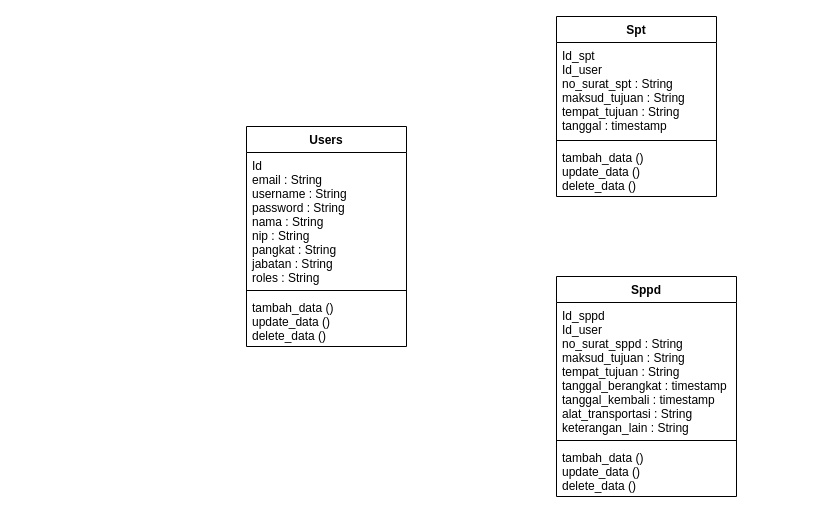
Earlier version of the draw.io diagram Class.drawio (WahyudinAkbar/uml_diagrams). Source tidied: cells renumbered, new cells numbered last; positions are measured from the earlier drawing's top-left corner, leaving out a move shared by most shapes. Both pictures are drawn from the tidied source at 100%, with x=0, y=0 at pixel (246, 16).
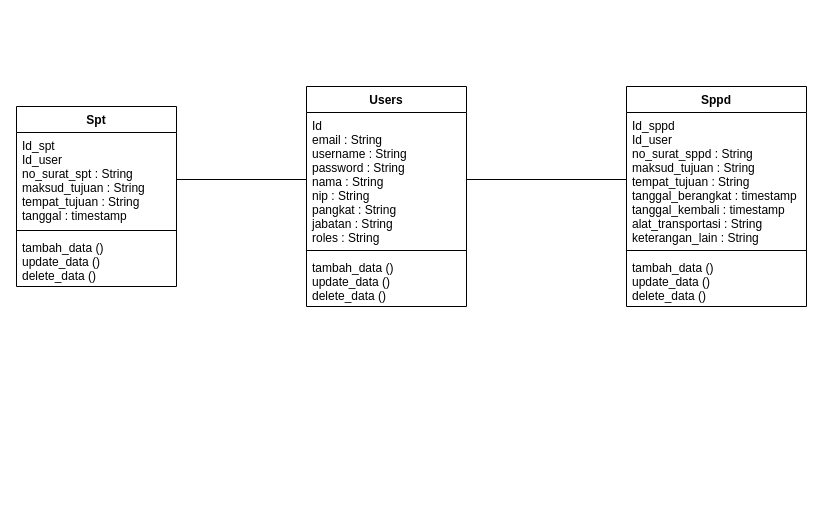
The same diagram, later.

What changed in the source:
```diff
@@
 <mxGraphModel>
   <root>
     <mxCell id="0" />
     <mxCell id="1" parent="0" />
     <mxCell id="2" value="Users" style="swimlane;fontStyle=1;align=center;verticalAlign=top;horizontal=1;startSize=26;" parent="1" vertex="1">
-      <mxGeometry y="110" width="160" height="220" as="geometry" />
+      <mxGeometry x="60" y="70" width="160" height="220" as="geometry" />
     </mxCell>
     <mxCell id="3" value="Id&#10;email : String &#10;username : String&#10;password : String&#10;nama : String&#10;nip : String&#10;pangkat : String&#10;jabatan : String&#10;roles : String&#10;" style="text;strokeColor=none;fillColor=none;align=left;verticalAlign=top;spacingLeft=4;spacingRight=4;overflow=hidden;points=[[0,0.5],[1,0.5]];portConstraint=eastwest;" parent="2" vertex="1">
       <mxGeometry y="26" width="160" height="134" as="geometry" />
     </mxCell>
     <mxCell id="4" style="line;strokeWidth=1;fillColor=none;align=left;verticalAlign=middle;spacingTop=-1;spacingLeft=3;spacingRight=3;labelPosition=right;strokeColor=inherit;" parent="2" vertex="1">
       <mxGeometry y="160" width="160" height="8" as="geometry" />
     </mxCell>
     <mxCell id="5" value="tambah_data ()&#10;update_data ()&#10;delete_data ()" style="text;strokeColor=none;fillColor=none;align=left;verticalAlign=top;spacingLeft=4;spacingRight=4;overflow=hidden;" parent="2" vertex="1">
       <mxGeometry y="168" width="160" height="52" as="geometry" />
     </mxCell>
     <mxCell id="6" value="Spt" style="swimlane;fontStyle=1;align=center;verticalAlign=top;horizontal=1;startSize=26;" parent="1" vertex="1">
-      <mxGeometry x="310" width="160" height="180" as="geometry" />
+      <mxGeometry x="-230" y="90" width="160" height="180" as="geometry" />
     </mxCell>
     <mxCell id="7" value="Id_spt&#10;Id_user&#10;no_surat_spt : String&#10;maksud_tujuan : String&#10;tempat_tujuan : String&#10;tanggal : timestamp" style="text;strokeColor=none;fillColor=none;align=left;verticalAlign=top;spacingLeft=4;spacingRight=4;overflow=hidden;points=[[0,0.5],[1,0.5]];portConstraint=eastwest;" parent="6" vertex="1">
       <mxGeometry y="26" width="160" height="94" as="geometry" />
     </mxCell>
     <mxCell id="8" style="line;strokeWidth=1;fillColor=none;align=left;verticalAlign=middle;spacingTop=-1;spacingLeft=3;spacingRight=3;labelPosition=right;strokeColor=inherit;" parent="6" vertex="1">
       <mxGeometry y="120" width="160" height="8" as="geometry" />
     </mxCell>
     <mxCell id="9" value="tambah_data ()&#10;update_data ()&#10;delete_data ()" style="text;strokeColor=none;fillColor=none;align=left;verticalAlign=top;spacingLeft=4;spacingRight=4;overflow=hidden;" parent="6" vertex="1">
       <mxGeometry y="128" width="160" height="52" as="geometry" />
     </mxCell>
     <mxCell id="10" value="Sppd" style="swimlane;fontStyle=1;align=center;verticalAlign=top;horizontal=1;startSize=26;" parent="1" vertex="1">
-      <mxGeometry x="310" y="260" width="180" height="220" as="geometry" />
+      <mxGeometry x="380" y="70" width="180" height="220" as="geometry" />
     </mxCell>
     <mxCell id="11" value="Id_sppd&#10;Id_user&#10;no_surat_sppd : String&#10;maksud_tujuan : String&#10;tempat_tujuan : String&#10;tanggal_berangkat : timestamp&#10;tanggal_kembali : timestamp&#10;alat_transportasi : String&#10;keterangan_lain : String&#10;" style="text;strokeColor=none;fillColor=none;align=left;verticalAlign=top;spacingLeft=4;spacingRight=4;overflow=hidden;points=[[0,0.5],[1,0.5]];portConstraint=eastwest;" parent="10" vertex="1">
       <mxGeometry y="26" width="180" height="134" as="geometry" />
     </mxCell>
     <mxCell id="12" style="line;strokeWidth=1;fillColor=none;align=left;verticalAlign=middle;spacingTop=-1;spacingLeft=3;spacingRight=3;labelPosition=right;strokeColor=inherit;" parent="10" vertex="1">
       <mxGeometry y="160" width="180" height="8" as="geometry" />
     </mxCell>
     <mxCell id="13" value="tambah_data ()&#10;update_data ()&#10;delete_data ()" style="text;strokeColor=none;fillColor=none;align=left;verticalAlign=top;spacingLeft=4;spacingRight=4;overflow=hidden;" parent="10" vertex="1">
       <mxGeometry y="168" width="180" height="52" as="geometry" />
     </mxCell>
+    <mxCell id="14" style="edgeStyle=orthogonalEdgeStyle;rounded=0;jettySize=auto;html=1;endArrow=none;endFill=0;" parent="1" edge="1" source="3" target="11">
+      <mxGeometry relative="1" as="geometry" />
+    </mxCell>
+    <mxCell id="15" style="edgeStyle=orthogonalEdgeStyle;rounded=0;jettySize=auto;html=1;endArrow=none;endFill=0;" parent="1" edge="1" source="3" target="7">
+      <mxGeometry relative="1" as="geometry" />
+    </mxCell>
   </root>
 </mxGraphModel>
```
